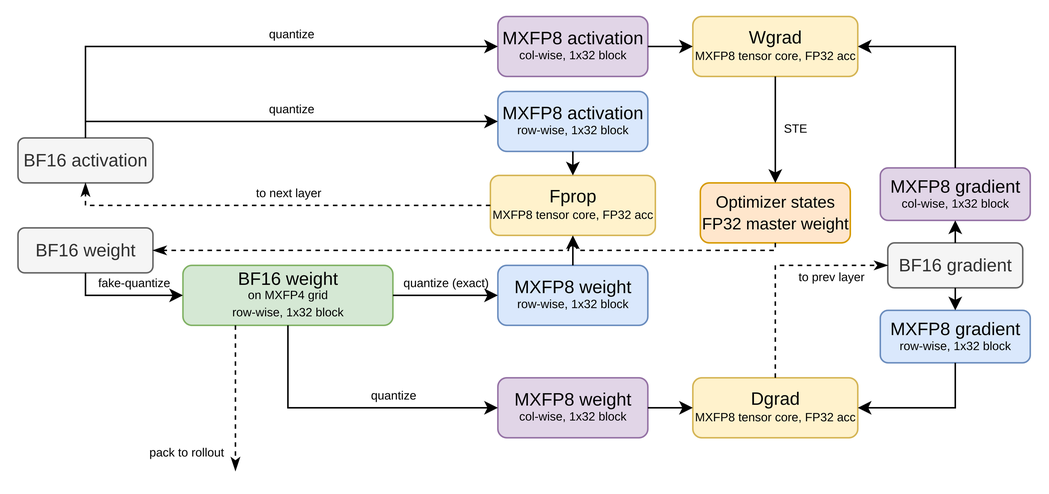
bobboli/miles keeps this draw.io diagram as docs/assets/images/low-precision/mxfp4-qat.png. Above is the earlier version. Source tidied: cells renumbered, new cells last; positions are measured from the earlier drawing's top-left corner, leaving out a move shared by most shapes.
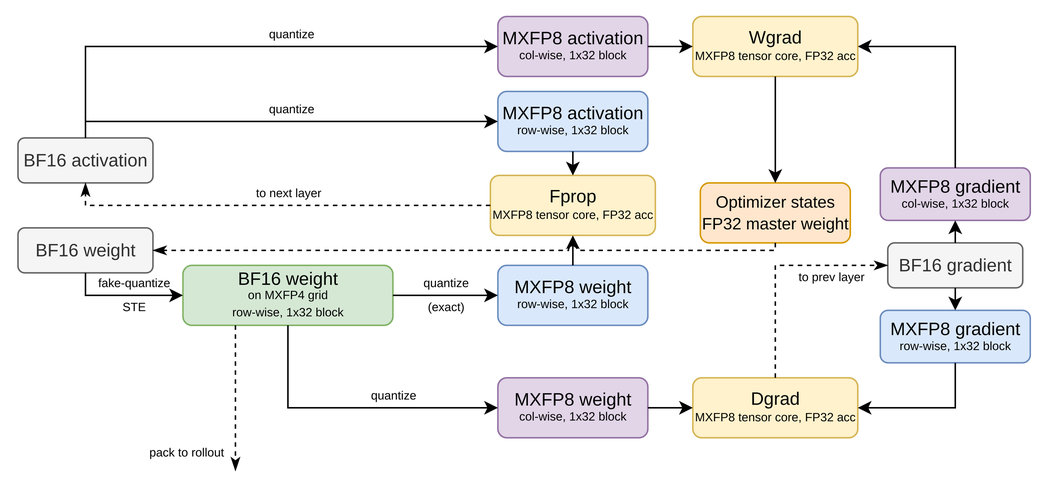
The same file after the commit.

Commit message:
docs(dsv4): attach the straight-through estimator to fake quantization

The estimator is the backward rule of the MXFP4 fake quantization, not a
step between the weight-gradient GEMM and the optimizer. Label the MXFP4-grid
weight as a BF16 tensor and mark which MXFP8 weight quantization is exact.

Diff of the diagram source:
```diff
@@ -93,12 +93,18 @@
     <mxCell id="26" value="&lt;font style=&quot;font-size: 8px;&quot;&gt;fake-quantize&lt;/font&gt;" style="edgeLabel;html=1;align=center;verticalAlign=middle;labelBackgroundColor=none;align=center;fontSize=8;" parent="1" vertex="1">
       <mxGeometry x="87" y="187" as="geometry" />
     </mxCell>
+    <mxCell id="42" value="&lt;font style=&quot;font-size: 8px;&quot;&gt;STE&lt;/font&gt;" style="edgeLabel;html=1;align=center;verticalAlign=middle;labelBackgroundColor=none;align=center;fontSize=8;" parent="1" vertex="1">
+      <mxGeometry x="87" y="203" as="geometry" />
+    </mxCell>
     <mxCell id="27" style="endArrow=classic;html=1;rounded=0;edgeStyle=orthogonalEdgeStyle;exitX=1;exitY=0.5;exitDx=0;exitDy=0;entryX=0;entryY=0.5;entryDx=0;entryDy=0;" parent="1" edge="1" source="5" target="8">
       <mxGeometry relative="1" as="geometry" />
     </mxCell>
-    <mxCell id="28" value="&lt;font style=&quot;font-size: 8px;&quot;&gt;quantize (exact)&lt;/font&gt;" style="edgeLabel;html=1;align=center;verticalAlign=middle;labelBackgroundColor=none;align=center;fontSize=8;" parent="1" vertex="1">
+    <mxCell id="28" value="&lt;font style=&quot;font-size: 8px;&quot;&gt;quantize&lt;/font&gt;" style="edgeLabel;html=1;align=center;verticalAlign=middle;labelBackgroundColor=none;align=center;fontSize=8;" parent="1" vertex="1">
       <mxGeometry x="295" y="187" as="geometry" />
     </mxCell>
+    <mxCell id="44" value="&lt;font style=&quot;font-size: 8px;&quot;&gt;(exact)&lt;/font&gt;" style="edgeLabel;html=1;align=center;verticalAlign=middle;labelBackgroundColor=none;align=center;fontSize=8;" parent="1" vertex="1">
+      <mxGeometry x="295" y="203" as="geometry" />
+    </mxCell>
     <mxCell id="29" style="endArrow=classic;html=1;rounded=0;edgeStyle=orthogonalEdgeStyle;exitX=0.5;exitY=1;exitDx=0;exitDy=0;entryX=0;entryY=0.5;entryDx=0;entryDy=0;" parent="1" edge="1" source="5" target="9">
       <mxGeometry relative="1" as="geometry">
         <Array as="points">
@@ -156,9 +162,6 @@
     <mxCell id="41" style="endArrow=classic;html=1;rounded=0;edgeStyle=orthogonalEdgeStyle;exitX=0.5;exitY=1;exitDx=0;exitDy=0;entryX=0.5;entryY=0;entryDx=0;entryDy=0;" parent="1" edge="1" source="11" target="13">
       <mxGeometry relative="1" as="geometry" />
     </mxCell>
-    <mxCell id="42" value="&lt;font style=&quot;font-size: 8px;&quot;&gt;STE&lt;/font&gt;" style="edgeLabel;html=1;align=center;verticalAlign=middle;labelBackgroundColor=none;align=center;fontSize=8;" parent="1" vertex="1">
-      <mxGeometry x="528" y="84" as="geometry" />
-    </mxCell>
     <mxCell id="43" style="endArrow=classicThin;html=1;rounded=0;edgeStyle=orthogonalEdgeStyle;dashed=1;endFill=1;exitX=0.5;exitY=1;exitDx=0;exitDy=0;jumpStyle=arc;entryX=1;entryY=0.5;entryDx=0;entryDy=0;" parent="1" edge="1" source="13" target="4">
       <mxGeometry relative="1" as="geometry">
         <Array as="points">
```
